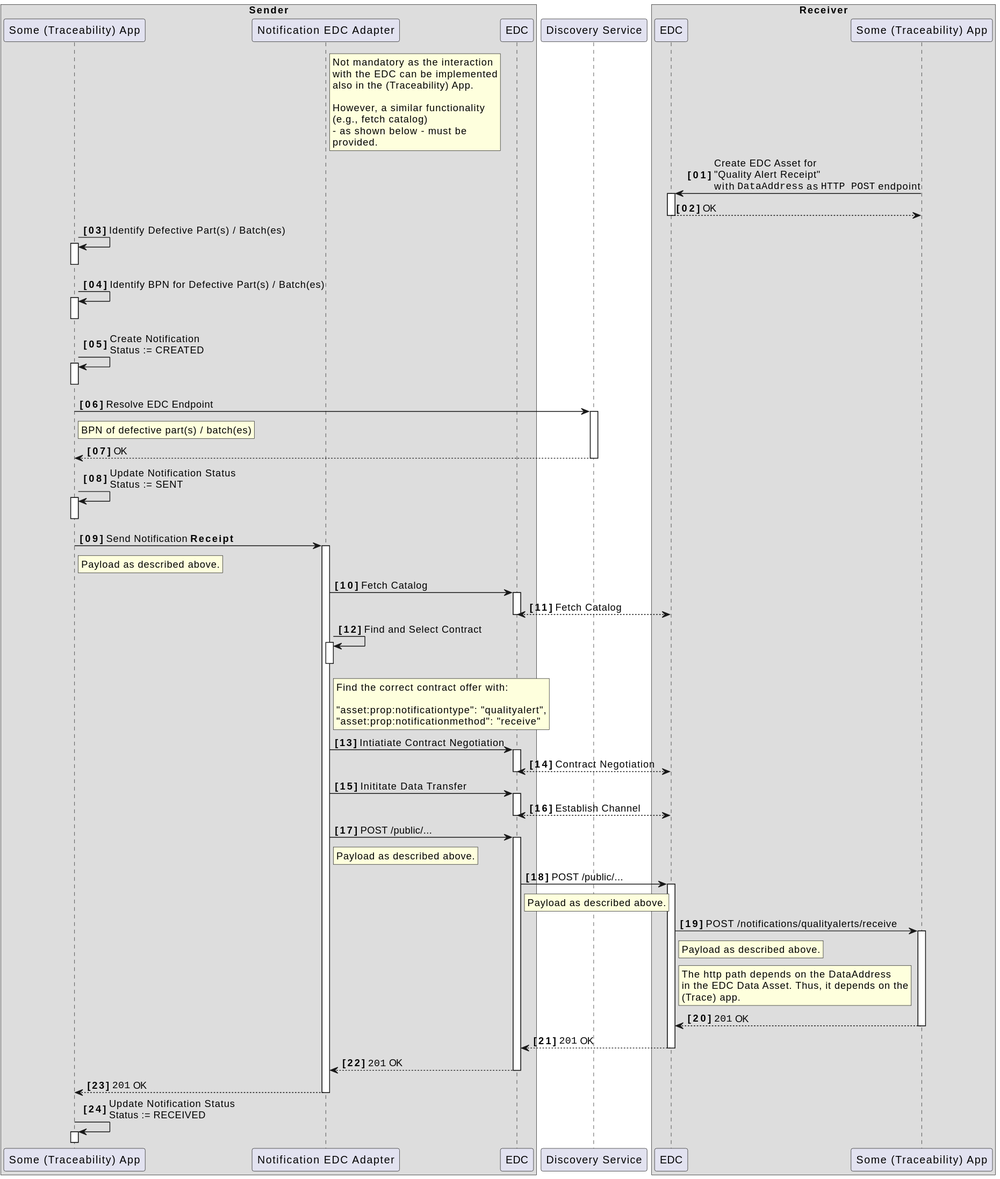
The PlantUML diagram docs-kits/kits/Traceability Kit/diagrams/notification_send-receive-alert.svg in eclipse-tractusx/eclipse-tractusx.github.io, before a commit. The source it was exported from:
```plantuml
@startuml
autonumber "<B>[00]"
autoactivate on

box "Sender"
participant "Some (Traceability) App" as TraceApp1 order 0
participant "Notification EDC Adapter" as NAdapter order 1
rnote right NAdapter
Not mandatory as the interaction
with the EDC can be implemented
also in the (Traceability) App.

However, a similar functionality
(e.g., fetch catalog)
- as shown below - must be
provided.
end rnote
participant "EDC" as SEDC order 2
end box
participant "Discovery Service" as SD order 3
box "Receiver"
participant "EDC" as REDC order 4
participant "Some (Traceability) App" as TraceApp2 order 5
end box

TraceApp2 -> REDC: Create EDC Asset for \n"Quality Alert Receipt"\nwith ""DataAddress"" as ""HTTP POST"" endpoint
return OK
TraceApp1 -> TraceApp1: Identify Defective Part(s) / Batch(es)
deactivate TraceApp1
TraceApp1 -> TraceApp1: Identify BPN for Defective Part(s) / Batch(es)
deactivate TraceApp1
TraceApp1 -> TraceApp1: Create Notification\nStatus := CREATED
deactivate TraceApp1
TraceApp1 -> SD: Resolve EDC Endpoint
rnote right TraceApp1
BPN of defective part(s) / batch(es)
end rnote
return OK
TraceApp1 -> TraceApp1: Update Notification Status\nStatus := SENT
deactivate TraceApp1
TraceApp1 -> NAdapter: Send Notification **Receipt**
rnote right TraceApp1
Payload as described above.
end rnote
NAdapter -> SEDC: Fetch Catalog
SEDC <-[dotted]-> REDC: Fetch Catalog
NAdapter -> NAdapter: Find and Select Contract
rnote right NAdapter
Find the correct contract offer with:

"asset:prop:notificationtype": "qualityalert",
"asset:prop:notificationmethod": "receive"
end rnote
deactivate NAdapter
NAdapter -> SEDC: Intiatiate Contract Negotiation
SEDC <-[dotted]-> REDC: Contract Negotiation
NAdapter -> SEDC: Inititate Data Transfer
SEDC <-[dotted]-> REDC: Establish Channel
NAdapter -> SEDC: POST /public/...
rnote right NAdapter
Payload as described above.
end rnote
SEDC -> REDC: POST /public/...
rnote right SEDC
Payload as described above.
end rnote
REDC -> TraceApp2: POST /notifications/qualityalerts/receive
rnote right REDC
Payload as described above.
end rnote
rnote right REDC
The http path depends on the DataAddress
in the EDC Data Asset. Thus, it depends on the
(Trace) app.
end rnote
TraceApp2 -[dotted]->REDC: ""201"" OK
REDC -[dotted]-> SEDC: ""201"" OK
SEDC -[dotted]-> NAdapter: ""201"" OK
NAdapter -[dotted]-> TraceApp1: ""201"" OK
TraceApp1 -> TraceApp1: Update Notification Status\nStatus := RECEIVED
@enduml
```
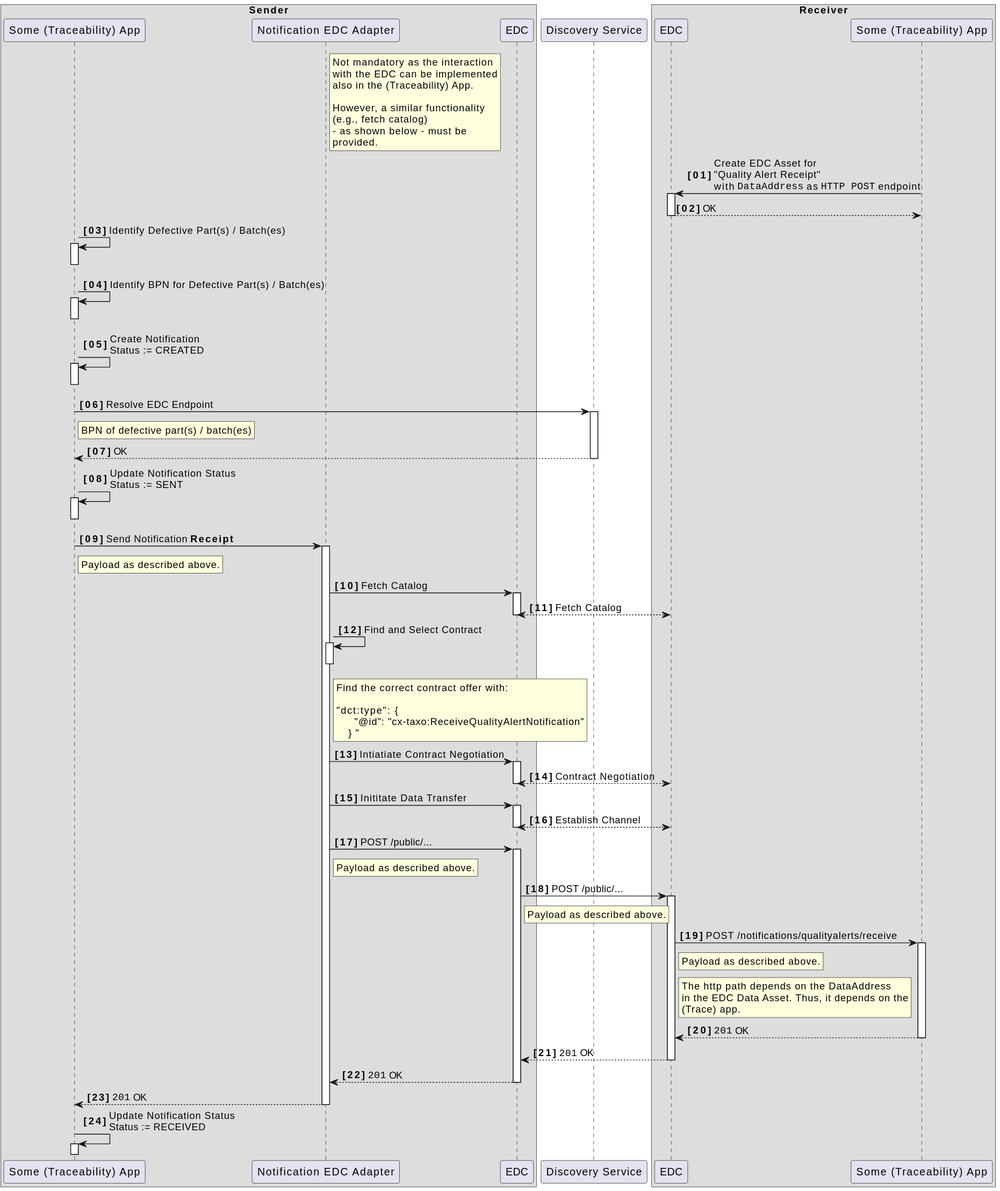
The same file after the commit.

The edit, as a diff of the source:
```diff
@@ -48,8 +48,9 @@
 rnote right NAdapter
 Find the correct contract offer with:
 
-"asset:prop:notificationtype": "qualityalert",
-"asset:prop:notificationmethod": "receive"
+"dct:type": {
+      "@id": "cx-taxo:ReceiveQualityAlertNotification"
+    }"
 end rnote
 deactivate NAdapter
 NAdapter -> SEDC: Intiatiate Contract Negotiation
```
